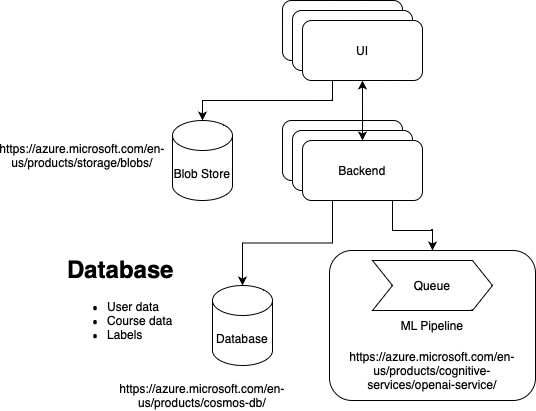
Earlier version of the draw.io export ITSArch.drawio.png (diet-code-ucd/diet_code). Source tidied: cells renumbered, new cells last; positions are measured from the earlier drawing's top-left corner, leaving out a move shared by most shapes.
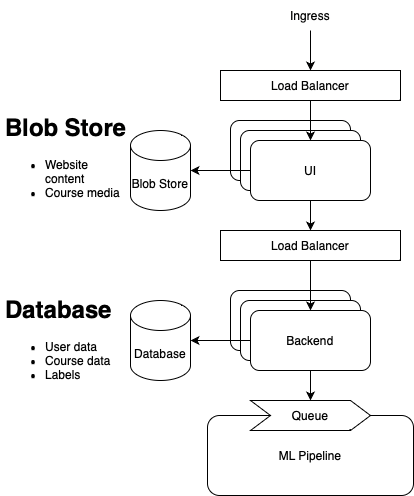
The same file after the commit.

Commit message:
Improve arch diagram

Change to the diagram source:
```diff
@@ -8,56 +8,70 @@
     <mxCell id="3" value="UI" style="rounded=1;whiteSpace=wrap;html=1;" parent="1" vertex="1">
       <mxGeometry x="240" y="10" width="120" height="60" as="geometry" />
     </mxCell>
+    <mxCell id="21" style="edgeStyle=orthogonalEdgeStyle;rounded=0;jettySize=auto;html=1;exitX=0.5;exitY=1;exitDx=0;exitDy=0;entryX=0.5;entryY=0;entryDx=0;entryDy=0;" parent="1" edge="1" source="4" target="25">
+      <mxGeometry relative="1" as="geometry" />
+    </mxCell>
     <mxCell id="4" value="UI" style="rounded=1;whiteSpace=wrap;html=1;" parent="1" vertex="1">
       <mxGeometry x="250" y="20" width="120" height="60" as="geometry" />
     </mxCell>
     <mxCell id="5" value="Backend" style="rounded=1;whiteSpace=wrap;html=1;" parent="1" vertex="1">
-      <mxGeometry x="230" y="120" width="120" height="60" as="geometry" />
+      <mxGeometry x="230" y="170" width="120" height="60" as="geometry" />
     </mxCell>
     <mxCell id="6" value="Backend" style="rounded=1;whiteSpace=wrap;html=1;" parent="1" vertex="1">
-      <mxGeometry x="240" y="130" width="120" height="60" as="geometry" />
+      <mxGeometry x="240" y="180" width="120" height="60" as="geometry" />
     </mxCell>
-    <mxCell id="7" style="edgeStyle=orthogonalEdgeStyle;rounded=0;jettySize=auto;html=1;exitX=0.25;exitY=1;exitDx=0;exitDy=0;entryX=0.5;entryY=0;entryDx=0;entryDy=0;entryPerimeter=0;" parent="1" edge="1" source="4" target="11">
+    <mxCell id="7" style="edgeStyle=orthogonalEdgeStyle;rounded=0;jettySize=auto;html=1;exitX=0;exitY=0.5;exitDx=0;exitDy=0;entryX=1;entryY=0.5;entryDx=0;entryDy=0;entryPerimeter=0;" parent="1" edge="1" source="4" target="11">
       <mxGeometry relative="1" as="geometry" />
     </mxCell>
-    <mxCell id="8" style="edgeStyle=orthogonalEdgeStyle;rounded=0;jettySize=auto;html=1;exitX=0.75;exitY=1;exitDx=0;exitDy=0;entryX=0.5;entryY=0;entryDx=0;entryDy=0;" parent="1" edge="1" source="10" target="15">
+    <mxCell id="8" style="edgeStyle=orthogonalEdgeStyle;rounded=0;jettySize=auto;html=1;exitX=0.5;exitY=1;exitDx=0;exitDy=0;entryX=0.5;entryY=0;entryDx=0;entryDy=0;" parent="1" edge="1" source="10" target="15">
       <mxGeometry relative="1" as="geometry" />
     </mxCell>
-    <mxCell id="9" style="edgeStyle=orthogonalEdgeStyle;rounded=0;jettySize=auto;html=1;exitX=0.25;exitY=1;exitDx=0;exitDy=0;entryX=0.5;entryY=0;entryDx=0;entryDy=0;entryPerimeter=0;" parent="1" edge="1" source="10" target="16">
+    <mxCell id="9" style="edgeStyle=orthogonalEdgeStyle;rounded=0;jettySize=auto;html=1;exitX=0;exitY=0.5;exitDx=0;exitDy=0;entryX=1;entryY=0.5;entryDx=0;entryDy=0;entryPerimeter=0;" parent="1" edge="1" source="10" target="16">
       <mxGeometry relative="1" as="geometry" />
     </mxCell>
     <mxCell id="10" value="Backend" style="rounded=1;whiteSpace=wrap;html=1;" parent="1" vertex="1">
-      <mxGeometry x="250" y="140" width="120" height="60" as="geometry" />
+      <mxGeometry x="250" y="190" width="120" height="60" as="geometry" />
     </mxCell>
     <mxCell id="11" value="Blob Store" style="shape=cylinder3;whiteSpace=wrap;html=1;boundedLbl=1;backgroundOutline=1;size=15;" parent="1" vertex="1">
-      <mxGeometry x="120" y="120" width="60" height="80" as="geometry" />
+      <mxGeometry x="130" y="10" width="60" height="80" as="geometry" />
     </mxCell>
     <mxCell id="12" style="edgeStyle=orthogonalEdgeStyle;rounded=0;jettySize=auto;html=1;exitX=0.5;exitY=1;exitDx=0;exitDy=0;entryX=0.5;entryY=0;entryDx=0;entryDy=0;" parent="1" edge="1" source="15" target="13">
       <mxGeometry relative="1" as="geometry" />
     </mxCell>
     <mxCell id="13" value="ML Pipeline" style="rounded=1;whiteSpace=wrap;html=1;" parent="1" vertex="1">
-      <mxGeometry x="277" y="250" width="206" height="150" as="geometry" />
+      <mxGeometry x="207" y="295" width="206" height="80" as="geometry" />
     </mxCell>
-    <mxCell id="14" style="edgeStyle=orthogonalEdgeStyle;rounded=0;jettySize=auto;html=1;exitX=0.5;exitY=1;exitDx=0;exitDy=0;startArrow=classic;startFill=1;" parent="1" edge="1" source="4" target="10">
-      <mxGeometry relative="1" as="geometry" />
-    </mxCell>
     <mxCell id="15" value="Queue" style="shape=step;perimeter=stepPerimeter;whiteSpace=wrap;html=1;fixedSize=1;" parent="1" vertex="1">
-      <mxGeometry x="320" y="260" width="120" height="50" as="geometry" />
+      <mxGeometry x="250" y="280" width="120" height="30" as="geometry" />
     </mxCell>
     <mxCell id="16" value="Database" style="shape=cylinder3;whiteSpace=wrap;html=1;boundedLbl=1;backgroundOutline=1;size=15;" parent="1" vertex="1">
-      <mxGeometry x="160" y="285" width="60" height="80" as="geometry" />
+      <mxGeometry x="130" y="180" width="60" height="80" as="geometry" />
     </mxCell>
     <mxCell id="17" value="&lt;h1&gt;Database&lt;/h1&gt;&lt;p&gt;&lt;/p&gt;&lt;ul&gt;&lt;li&gt;User data&lt;/li&gt;&lt;li&gt;Course data&lt;/li&gt;&lt;li&gt;Labels&lt;/li&gt;&lt;/ul&gt;&lt;p&gt;&lt;/p&gt;" style="text;html=1;strokeColor=none;fillColor=none;spacing=5;spacingTop=-20;whiteSpace=wrap;overflow=hidden;rounded=0;" parent="1" vertex="1">
-      <mxGeometry x="10" y="250" width="130" height="105" as="geometry" />
+      <mxGeometry y="170" width="130" height="105" as="geometry" />
     </mxCell>
-    <mxCell id="18" value="&lt;a href=&quot;https://azure.microsoft.com/en-us/products/cosmos-db/&quot;&gt;https://azure.microsoft.com/en-us/products/cosmos-db/&lt;/a&gt;" style="text;html=1;strokeColor=none;fillColor=none;align=center;verticalAlign=middle;whiteSpace=wrap;rounded=0;" parent="1" vertex="1">
-      <mxGeometry x="105" y="380" width="90" height="30" as="geometry" />
-    </mxCell>
-    <mxCell id="19" value="&lt;a href=&quot;https://azure.microsoft.com/en-us/products/storage/blobs/&quot;&gt;https://azure.microsoft.com/en-us/products/storage/blobs/&lt;/a&gt;" style="text;html=1;strokeColor=none;fillColor=none;align=center;verticalAlign=middle;whiteSpace=wrap;rounded=0;" parent="1" vertex="1">
-      <mxGeometry y="140" width="60" height="30" as="geometry" />
-    </mxCell>
-    <mxCell id="20" value="&lt;a href=&quot;https://azure.microsoft.com/en-us/products/cognitive-services/openai-service/&quot;&gt;https://azure.microsoft.com/en-us/products/cognitive-services/openai-service/&lt;/a&gt;" style="text;html=1;strokeColor=none;fillColor=none;align=center;verticalAlign=middle;whiteSpace=wrap;rounded=0;" parent="1" vertex="1">
-      <mxGeometry x="350" y="355" width="60" height="30" as="geometry" />
-    </mxCell>
+    <mxCell id="22" style="edgeStyle=orthogonalEdgeStyle;rounded=0;jettySize=auto;html=1;exitX=0.5;exitY=1;exitDx=0;exitDy=0;entryX=0.5;entryY=0;entryDx=0;entryDy=0;" parent="1" edge="1" source="23" target="4">
+      <mxGeometry relative="1" as="geometry" />
+    </mxCell>
+    <mxCell id="23" value="Load Balancer" style="rounded=0;whiteSpace=wrap;html=1;" parent="1" vertex="1">
+      <mxGeometry x="220" y="-50" width="180" height="30" as="geometry" />
+    </mxCell>
+    <mxCell id="24" style="edgeStyle=orthogonalEdgeStyle;rounded=0;jettySize=auto;html=1;exitX=0.5;exitY=1;exitDx=0;exitDy=0;entryX=0.5;entryY=0;entryDx=0;entryDy=0;" parent="1" edge="1" source="25" target="10">
+      <mxGeometry relative="1" as="geometry" />
+    </mxCell>
+    <mxCell id="25" value="Load Balancer" style="rounded=0;whiteSpace=wrap;html=1;" parent="1" vertex="1">
+      <mxGeometry x="220" y="110" width="180" height="30" as="geometry" />
+    </mxCell>
+    <mxCell id="26" value="&lt;h1&gt;Blob Store&lt;/h1&gt;&lt;p&gt;&lt;/p&gt;&lt;ul&gt;&lt;li&gt;Website content&lt;/li&gt;&lt;li&gt;Course media&lt;/li&gt;&lt;/ul&gt;&lt;p&gt;&lt;/p&gt;" style="text;html=1;strokeColor=none;fillColor=none;spacing=5;spacingTop=-20;whiteSpace=wrap;overflow=hidden;rounded=0;" parent="1" vertex="1">
+      <mxGeometry y="-12.5" width="130" height="105" as="geometry" />
+    </mxCell>
+    <mxCell id="27" style="endArrow=classic;html=1;rounded=0;entryX=0.5;entryY=0;entryDx=0;entryDy=0;" parent="1" edge="1" target="23">
+      <mxGeometry relative="1" as="geometry">
+        <mxPoint x="310" y="-90" as="sourcePoint" />
+      </mxGeometry>
+    </mxCell>
+    <mxCell id="28" value="Ingress" style="text;html=1;strokeColor=none;fillColor=none;align=center;verticalAlign=middle;whiteSpace=wrap;rounded=0;" parent="1" vertex="1">
+      <mxGeometry x="280" y="-120" width="60" height="30" as="geometry" />
+    </mxCell>
   </root>
 </mxGraphModel>
```
